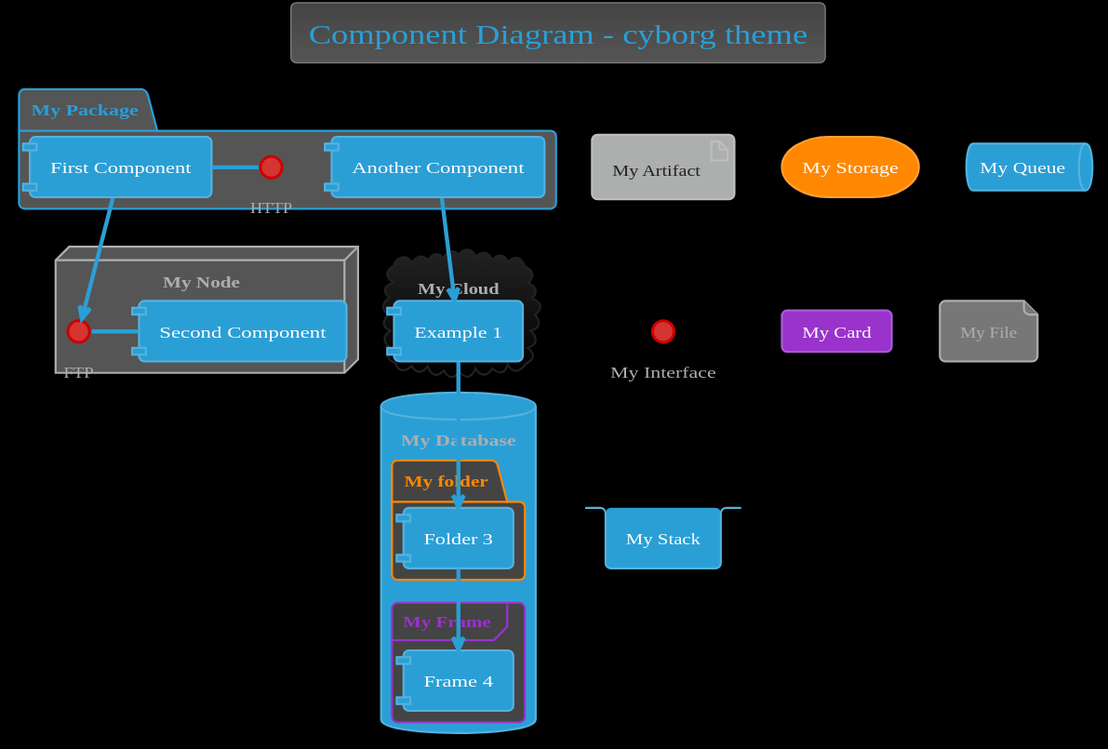
Earlier version of the PlantUML export themes/cyborg/component-ex.svg (bschwarz/puml-themes).
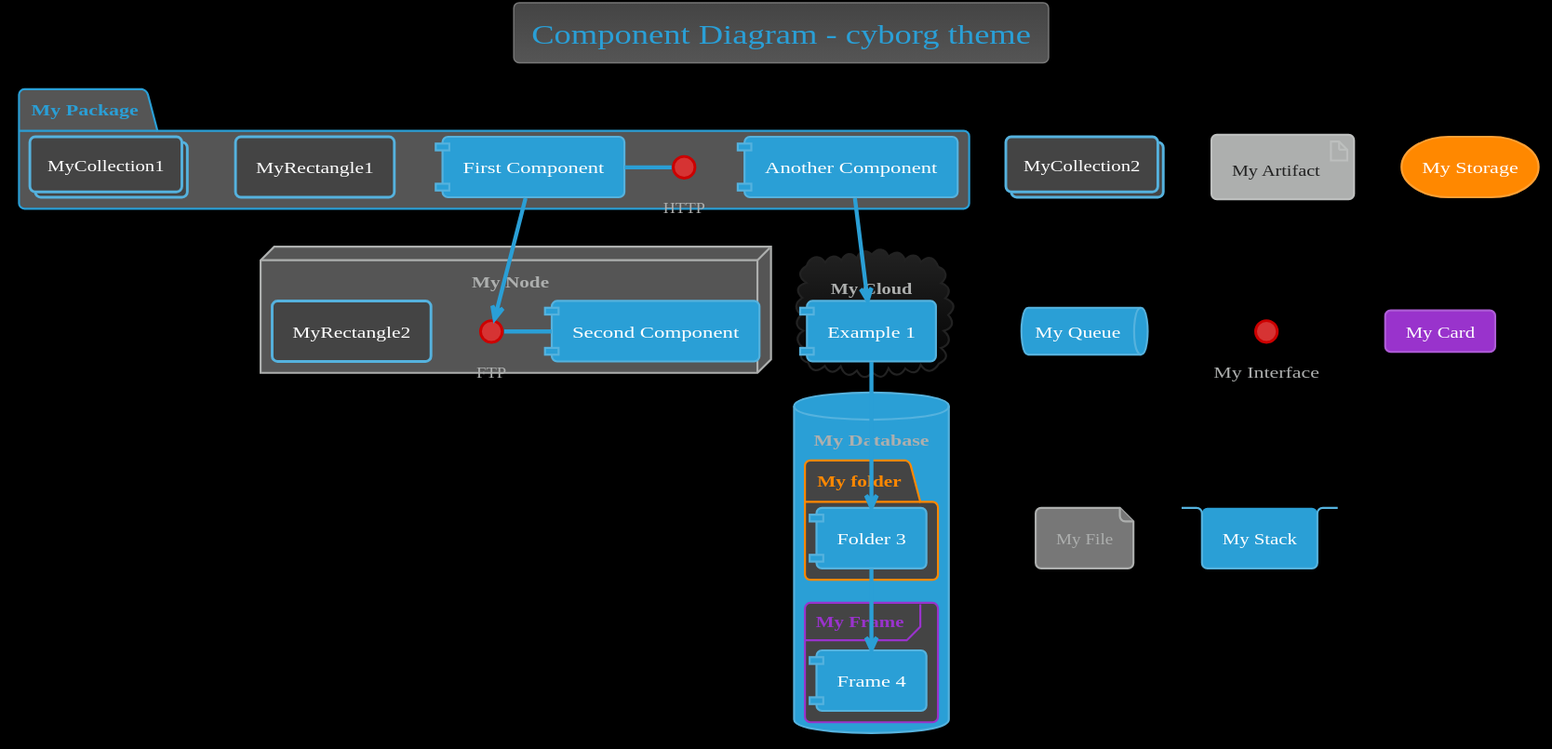
The same diagram one commit later.

What changed in the source:
```diff
@@ -47,6 +47,7 @@
 	FontColor #ADAFAE
 }
 
+
 skinparam activity {
 		FontColor #FFF
 	BorderColor #55B2DE
@@ -59,12 +60,14 @@
   	DiamondFontColor #FFF
 }
 
+
 skinparam participant {
 		FontColor #FFF
 	BorderColor #55B2DE
 	BackgroundColor #2A9FD6
 	ParticipantBorderThickness 2
 }
+
 
 skinparam actor {
 		FontColor #FFF
@@ -73,11 +76,13 @@
 	FontColor #2A9FD6
 }
 
+
 skinparam arrow {
 	Thickness 3
 	Color #2A9FD6
 	FontColor #FFF
 }
+
 
 skinparam sequence {
 	BorderColor #2A9FD6
@@ -106,17 +111,20 @@
 	ReferenceHeaderBackgroundColor #555
 }
 
+
 skinparam partition {
 	BorderColor #2A9FD6
 	FontColor #2A9FD6
 	BackgroundColor black
 }
 
+
 skinparam collections {
 		FontColor #FFF
 	BorderColor #55B2DE
 	BackgroundColor #2A9FD6
 }
+
 
 skinparam control {
 		FontColor #FFF
@@ -125,12 +133,14 @@
 	FontColor #ADAFAE
 }
 
+
 skinparam entity {
 		FontColor #FFF
 	BorderColor #55B2DE
 	BackgroundColor #2A9FD6
 	FontColor #ADAFAE
 }
+
 
 skinparam boundary {
 		FontColor #FFF
@@ -139,11 +149,13 @@
 	FontColor #ADAFAE
 }
 
+
 skinparam agent {
 	BackgroundColor #FF8800
 	BorderColor #CC6D00
 	FontColor #ADAFAE
 }
+
 
 skinparam note {
 	BorderThickness 1
@@ -152,11 +164,13 @@
 	FontColor #FFF
 }
 
+
 skinparam artifact {
 	BackgroundColor #ADAFAE
 	BorderColor #BDBFBE
 	FontColor #222
 }
+
 
 skinparam component {
 		FontColor #FFF
@@ -164,11 +178,13 @@
 	BackgroundColor #2A9FD6
 }
 
+
 skinparam interface {
 	BackgroundColor  #D63333
 	BorderColor  #CC0000
 	FontColor #ADAFAE
 }
+
 
 skinparam storage {
 	BackgroundColor #FF8800
@@ -176,17 +192,20 @@
 	FontColor #FFF
 }
 
+
 skinparam node {
 	BackgroundColor  #555
 	BorderColor #ADAFAE
 	FontColor #ADAFAE
 }
 
+
 skinparam cloud {
 	BackgroundColor #222-black
 	BorderColor #222
 	FontColor #ADAFAE
 }
+
 
 skinparam database {
 		FontColor #FFF
@@ -195,9 +214,11 @@
 	FontColor #ADAFAE
 }
 
+
 skinparam actor {
 	FontColor #ADAFAE
 }
+
 
 skinparam class {
 		FontColor #FFF
@@ -210,6 +231,7 @@
 	AttributeFontSize 11
 }
 
+
 skinparam object {
 		FontColor #FFF
 	BorderColor #55B2DE
@@ -220,6 +242,7 @@
 	AttributeFontSize 11
 }
 
+
 skinparam usecase {
 		FontColor #FFF
 	BorderColor #55B2DE
@@ -227,6 +250,7 @@
 	BorderThickness 2
 	StereotypeFontColor #2A9FD6
 }
+
 
 skinparam rectangle {
 		FontColor #FFF
@@ -237,12 +261,14 @@
 	StereotypeFontColor #2A9FD6
 }
 
+
 skinparam package {
 	BackgroundColor #555
   	BorderColor #2A9FD6
 	FontColor #2A9FD6
 	BorderThickness 2
 }
+
 
 skinparam folder {
 	BackgroundColor #444444
@@ -251,12 +277,14 @@
 	BorderThickness 2
 }
 
+
 skinparam frame {
 	BackgroundColor #444444
   	BorderColor #9933CC
 	FontColor #9933CC
 	BorderThickness 2
 }
+
 
 skinparam state {
 		FontColor #FFF
@@ -268,11 +296,13 @@
 	AttributeFontSize 11
 }
 
+
 skinparam queue {
 		FontColor #FFF
 	BorderColor #55B2DE
 	BackgroundColor #2A9FD6
 }
+
 
 skinparam card {
 	BackgroundColor #9933CC
@@ -280,11 +310,13 @@
 	FontColor #FFF
 }
 
+
 skinparam file {
 	BackgroundColor #777777
 	BorderColor #ADAFAE
 	FontColor #ADAFAE
 }
+
 
 skinparam stack {
 		FontColor #FFF
@@ -298,17 +330,21 @@
 package "My Package" {
   HTTP - [First Component]
   [Another Component]
+  rectangle MyRectangle1
+  collections MyCollection1
 }
 
 node "My Node" {
   FTP - [Second Component]
   [First Component] --> FTP
+  rectangle MyRectangle2
 }
 
 cloud "My Cloud" {
   [Example 1]
 }
 
+collections MyCollection2
 
 database "My Database" {
   folder "My folder" {
```
